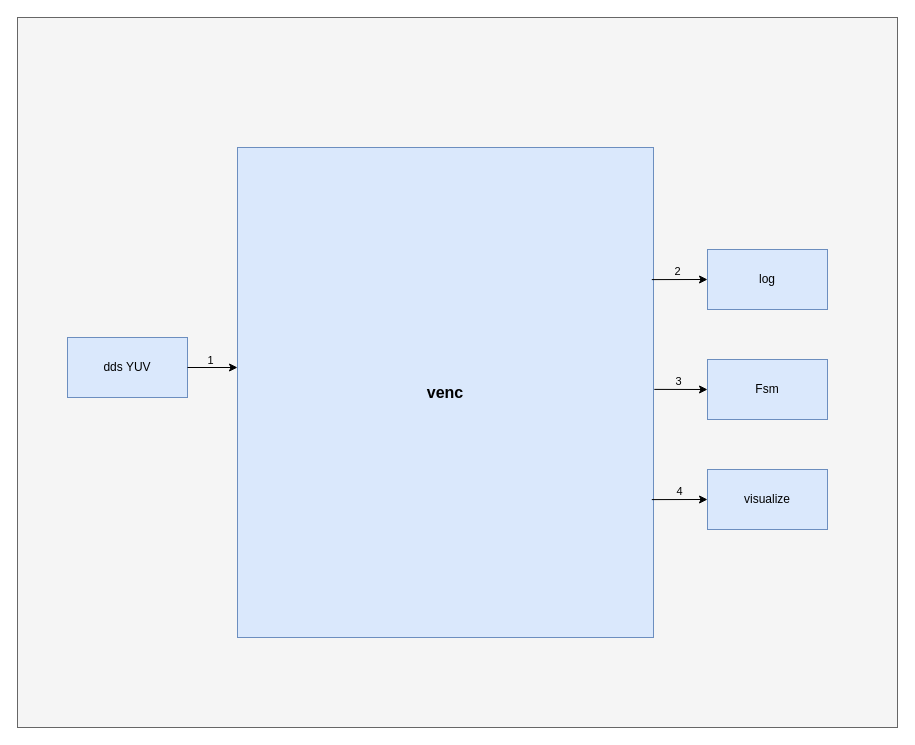
The draw.io diagram venc输入输出图.drawio in xiaoleli/diagrams, before the edit. Source tidied: cells renumbered, new cells numbered last; positions are measured from the earlier drawing's top-left corner, leaving out a move shared by most shapes. Both pictures are drawn from the tidied source at 100%, with x=0, y=0 at pixel (17, 17).
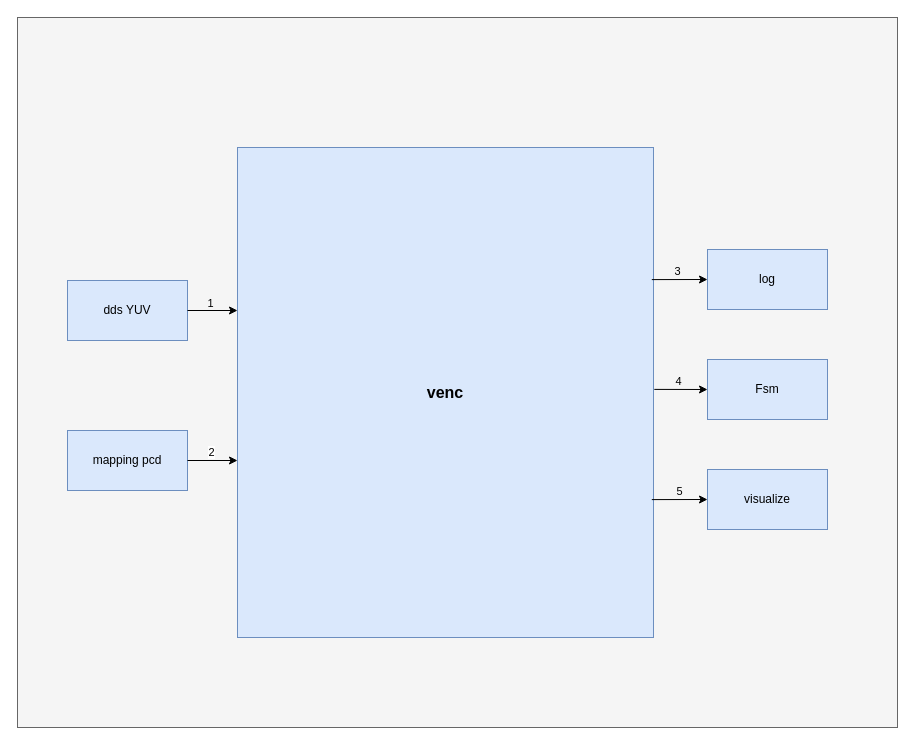
Above is the later version.

Commit message:
更新venc输入输出图.drawio

The change refers to these unchanged cells:
```xml
<mxCell id="10" style="endArrow=classic;html=1;rounded=0;exitX=0.996;exitY=0.188;exitDx=0;exitDy=0;entryX=0;entryY=0.5;entryDx=0;entryDy=0;exitPerimeter=0;" parent="1" edge="1" target="5">
  <mxGeometry relative="1" as="geometry">
    <mxPoint x="634.3" y="262.1" as="sourcePoint" />
  </mxGeometry>
</mxCell>
<mxCell id="12" style="endArrow=classic;html=1;rounded=0;entryX=0;entryY=0.5;entryDx=0;entryDy=0;exitX=1.002;exitY=0.412;exitDx=0;exitDy=0;exitPerimeter=0;" parent="1" edge="1" target="6">
  <mxGeometry relative="1" as="geometry">
    <mxPoint x="636.8" y="371.9" as="sourcePoint" />
  </mxGeometry>
</mxCell>
<mxCell id="14" style="endArrow=classic;html=1;rounded=0;entryX=0;entryY=0.5;entryDx=0;entryDy=0;exitX=0.996;exitY=0.637;exitDx=0;exitDy=0;exitPerimeter=0;" parent="1" edge="1" target="7">
  <mxGeometry relative="1" as="geometry">
    <mxPoint x="634.3" y="482.1" as="sourcePoint" />
  </mxGeometry>
</mxCell>
```

Change to the diagram source:
```diff
@@
-    <mxCell id="2" style="rounded=0;whiteSpace=wrap;html=1;fillColor=#f5f5f5;fontColor=#333333;strokeColor=#666666;" parent="1" vertex="1">
+    <mxCell id="2" style="rounded=0;whiteSpace=wrap;html=1;fillColor=#f5f5f5;fontColor=#333333;strokeColor=#666666;labelBackgroundColor=light-dark(#060606, #ededed);" parent="1" vertex="1">
       <mxGeometry width="880" height="710" as="geometry" />
     </mxCell>
@@
     <mxCell id="4" value="dds YUV" style="rounded=0;whiteSpace=wrap;html=1;fillColor=#dae8fc;strokeColor=#6c8ebf;" parent="1" vertex="1">
-      <mxGeometry x="50" y="320" width="120" height="60" as="geometry" />
+      <mxGeometry x="50" y="263" width="120" height="60" as="geometry" />
     </mxCell>
@@
     <mxCell id="8" style="endArrow=classic;html=1;rounded=0;exitX=1;exitY=0.5;exitDx=0;exitDy=0;" parent="1" edge="1" source="4">
       <mxGeometry relative="1" as="geometry">
-        <mxPoint x="220" y="350" as="targetPoint" />
+        <mxPoint x="220" y="293" as="targetPoint" />
       </mxGeometry>
     </mxCell>
@@
-    <mxCell id="11" value="2" style="edgeLabel;html=1;align=center;verticalAlign=middle;labelBackgroundColor=#F5F5F5;" parent="10" vertex="1">
+    <mxCell id="11" value="3" style="edgeLabel;html=1;align=center;verticalAlign=middle;labelBackgroundColor=#F5F5F5;" parent="10" vertex="1">
       <mxGeometry x="-0.09" y="1" relative="1" as="geometry">
         <mxPoint y="-8" as="offset" />
       </mxGeometry>
     </mxCell>
@@
-    <mxCell id="13" value="3" style="edgeLabel;html=1;align=center;verticalAlign=middle;labelBackgroundColor=#F5F5F5;" parent="12" vertex="1">
+    <mxCell id="13" value="4" style="edgeLabel;html=1;align=center;verticalAlign=middle;labelBackgroundColor=#F5F5F5;" parent="12" vertex="1">
       <mxGeometry x="-0.11" relative="1" as="geometry">
         <mxPoint y="-8" as="offset" />
       </mxGeometry>
     </mxCell>
@@
-    <mxCell id="15" value="4" style="edgeLabel;html=1;align=center;verticalAlign=middle;labelBackgroundColor=#F5F5F5;" parent="14" vertex="1">
+    <mxCell id="15" value="5" style="edgeLabel;html=1;align=center;verticalAlign=middle;labelBackgroundColor=#F5F5F5;" parent="14" vertex="1">
       <mxGeometry x="-0.02" relative="1" as="geometry">
         <mxPoint y="-9" as="offset" />
       </mxGeometry>
     </mxCell>
+    <mxCell id="16" value="mapping pcd" style="rounded=0;whiteSpace=wrap;html=1;fillColor=#dae8fc;strokeColor=#6c8ebf;" parent="1" vertex="1">
+      <mxGeometry x="50" y="413" width="120" height="60" as="geometry" />
+    </mxCell>
+    <mxCell id="17" style="endArrow=classic;html=1;rounded=0;exitX=1;exitY=0.5;exitDx=0;exitDy=0;" parent="1" edge="1" source="16">
+      <mxGeometry relative="1" as="geometry">
+        <mxPoint x="220" y="443" as="targetPoint" />
+      </mxGeometry>
+    </mxCell>
+    <mxCell id="18" value="2" style="edgeLabel;html=1;align=center;verticalAlign=middle;" parent="17" vertex="1">
+      <mxGeometry x="-0.09" y="-1" relative="1" as="geometry">
+        <mxPoint y="-10" as="offset" />
+      </mxGeometry>
+    </mxCell>
```
